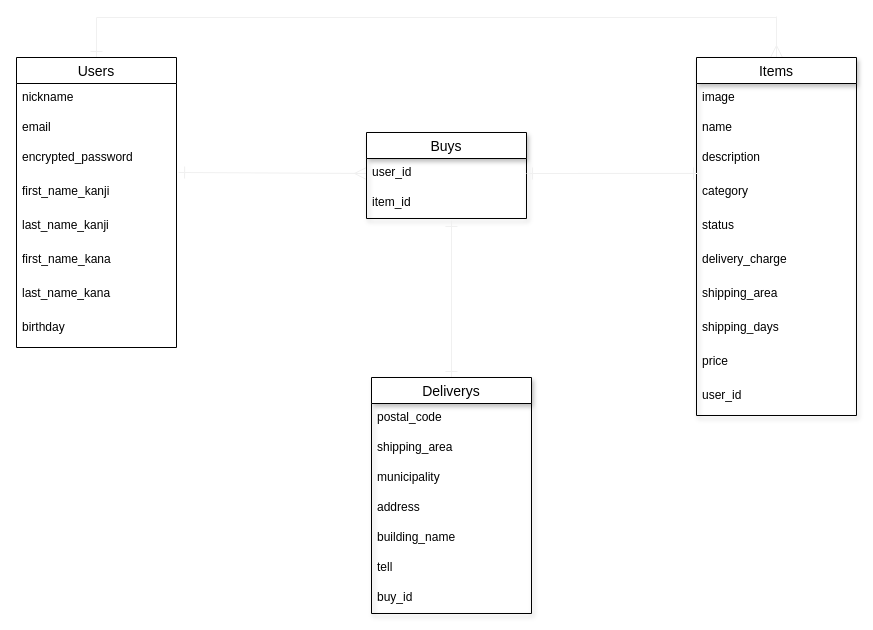
Before: er.dio in shiki0501/furima-35482, a draw.io diagram. Source tidied: cells renumbered, new cells numbered last; positions are measured from the earlier drawing's top-left corner, leaving out a move shared by most shapes. Both pictures are drawn from the tidied source at 100%, with x=0, y=0 at pixel (16, 16).
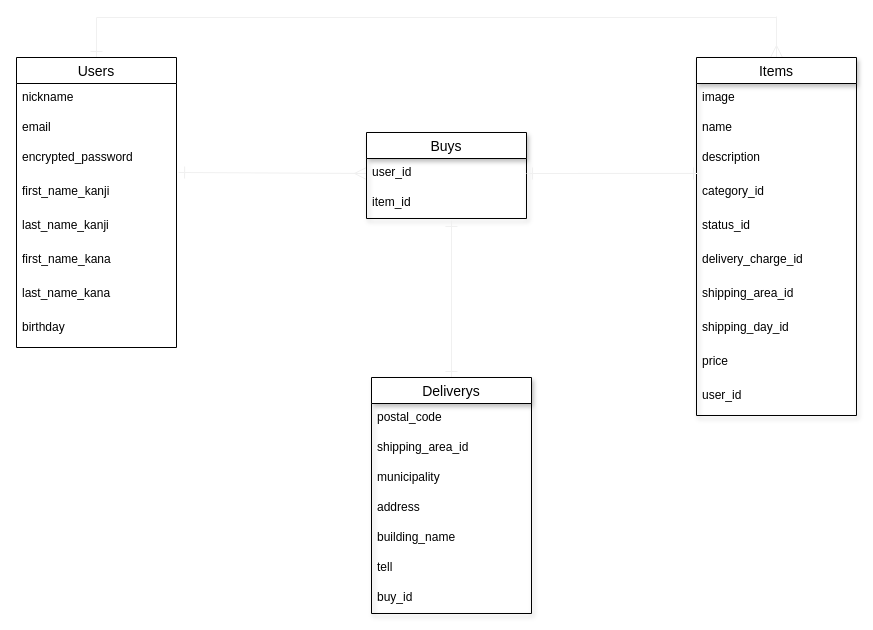
The same diagram, later.

Commit message:
データベース設計（ER図の修正）

Unchanged cells that the change refers to:
```xml
<mxCell id="14" value="Items" style="swimlane;fontStyle=0;horizontal=1;startSize=26;align=center;fontSize=14;shadow=1;" parent="1" vertex="1">
  <mxGeometry x="680" y="41" width="160" height="358" as="geometry" />
</mxCell>
<mxCell id="29" value="Deliverys" style="swimlane;fontStyle=0;horizontal=1;startSize=26;align=center;fontSize=14;shadow=1;" parent="1" vertex="1">
  <mxGeometry x="355" y="361" width="160" height="236" as="geometry" />
</mxCell>
```

Diff of the diagram source:
```diff
@@
-    <mxCell id="18" value="category " style="text;strokeColor=none;fillColor=none;spacingLeft=4;spacingRight=4;overflow=hidden;points=[[0,0.5],[1,0.5]];portConstraint=eastwest;fontSize=12;" parent="14" vertex="1">
+    <mxCell id="18" value="category_id" style="text;strokeColor=none;fillColor=none;spacingLeft=4;spacingRight=4;overflow=hidden;points=[[0,0.5],[1,0.5]];portConstraint=eastwest;fontSize=12;" parent="14" vertex="1">
       <mxGeometry y="120" width="160" height="34" as="geometry" />
     </mxCell>
-    <mxCell id="19" value="status " style="text;strokeColor=none;fillColor=none;spacingLeft=4;spacingRight=4;overflow=hidden;fontSize=12;" parent="14" vertex="1">
+    <mxCell id="19" value="status_id" style="text;strokeColor=none;fillColor=none;spacingLeft=4;spacingRight=4;overflow=hidden;fontSize=12;" parent="14" vertex="1">
       <mxGeometry y="154" width="160" height="34" as="geometry" />
     </mxCell>
-    <mxCell id="20" value="delivery_charge " style="text;strokeColor=none;fillColor=none;spacingLeft=4;spacingRight=4;overflow=hidden;fontSize=12;" parent="14" vertex="1">
+    <mxCell id="20" value="delivery_charge_id" style="text;strokeColor=none;fillColor=none;spacingLeft=4;spacingRight=4;overflow=hidden;fontSize=12;" parent="14" vertex="1">
       <mxGeometry y="188" width="160" height="34" as="geometry" />
     </mxCell>
-    <mxCell id="21" value="shipping_area " style="text;strokeColor=none;fillColor=none;spacingLeft=4;spacingRight=4;overflow=hidden;fontSize=12;" parent="14" vertex="1">
+    <mxCell id="21" value="shipping_area_id" style="text;strokeColor=none;fillColor=none;spacingLeft=4;spacingRight=4;overflow=hidden;fontSize=12;" parent="14" vertex="1">
       <mxGeometry y="222" width="160" height="34" as="geometry" />
     </mxCell>
-    <mxCell id="22" value="shipping_days" style="text;strokeColor=none;fillColor=none;spacingLeft=4;spacingRight=4;overflow=hidden;fontSize=12;" parent="14" vertex="1">
+    <mxCell id="22" value="shipping_day_id" style="text;strokeColor=none;fillColor=none;spacingLeft=4;spacingRight=4;overflow=hidden;fontSize=12;" parent="14" vertex="1">
       <mxGeometry y="256" width="160" height="34" as="geometry" />
     </mxCell>
@@
-    <mxCell id="31" value="shipping_area" style="text;strokeColor=none;fillColor=none;spacingLeft=4;spacingRight=4;overflow=hidden;fontSize=12;" parent="29" vertex="1">
+    <mxCell id="31" value="shipping_area_id" style="text;strokeColor=none;fillColor=none;spacingLeft=4;spacingRight=4;overflow=hidden;fontSize=12;" parent="29" vertex="1">
       <mxGeometry y="56" width="160" height="30" as="geometry" />
     </mxCell>
```
